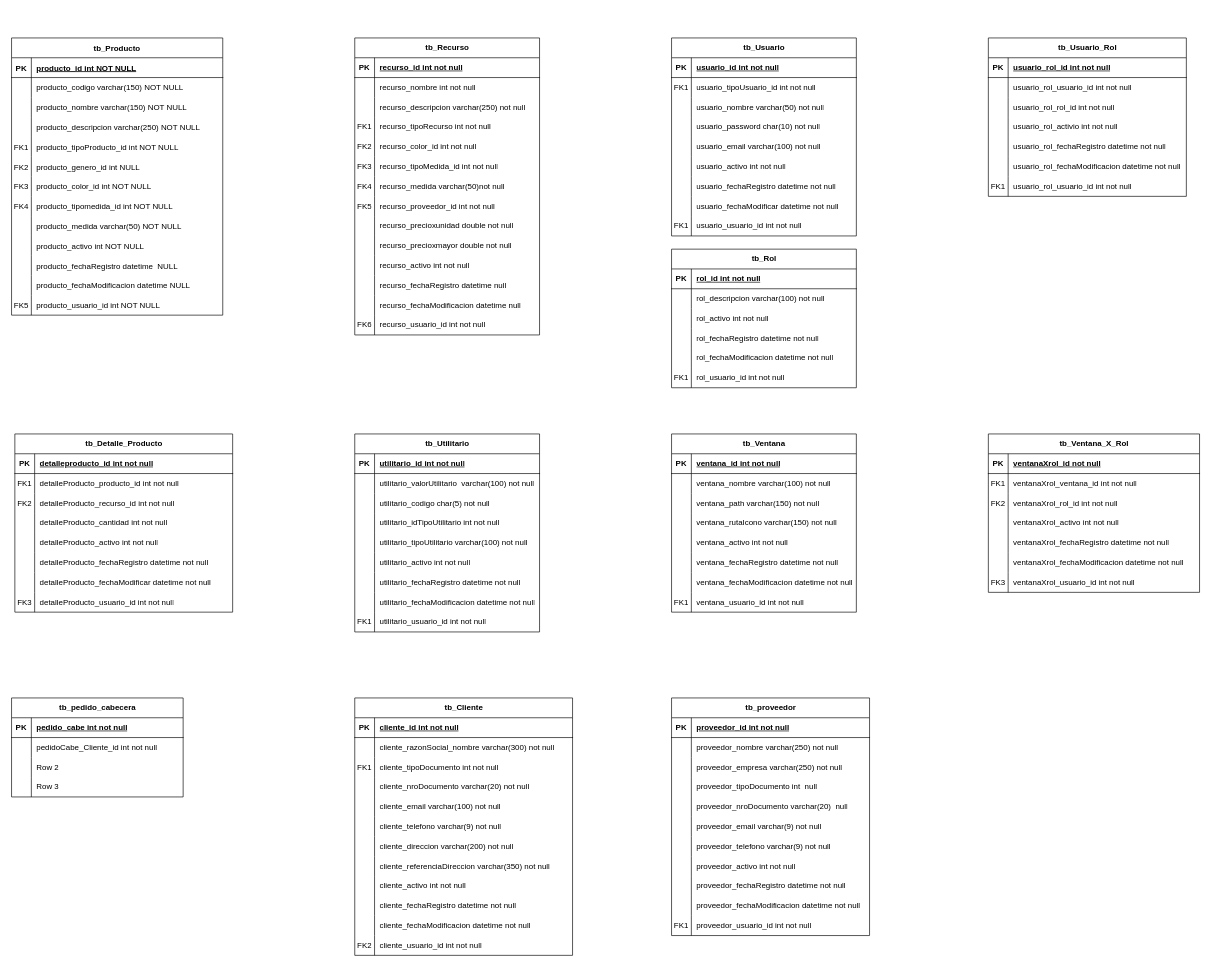
Before: BD/Diagrama_Entidad_Relacion_RAGOSISTVEN.drawio in robertrayco/sistemaVentasRaGo, a draw.io diagram. Source tidied: cells renumbered, new cells numbered last; positions are measured from the earlier drawing's top-left corner, leaving out a move shared by most shapes. Both pictures are drawn from the tidied source at 66%, with x=0, y=0 at pixel (11, 38).
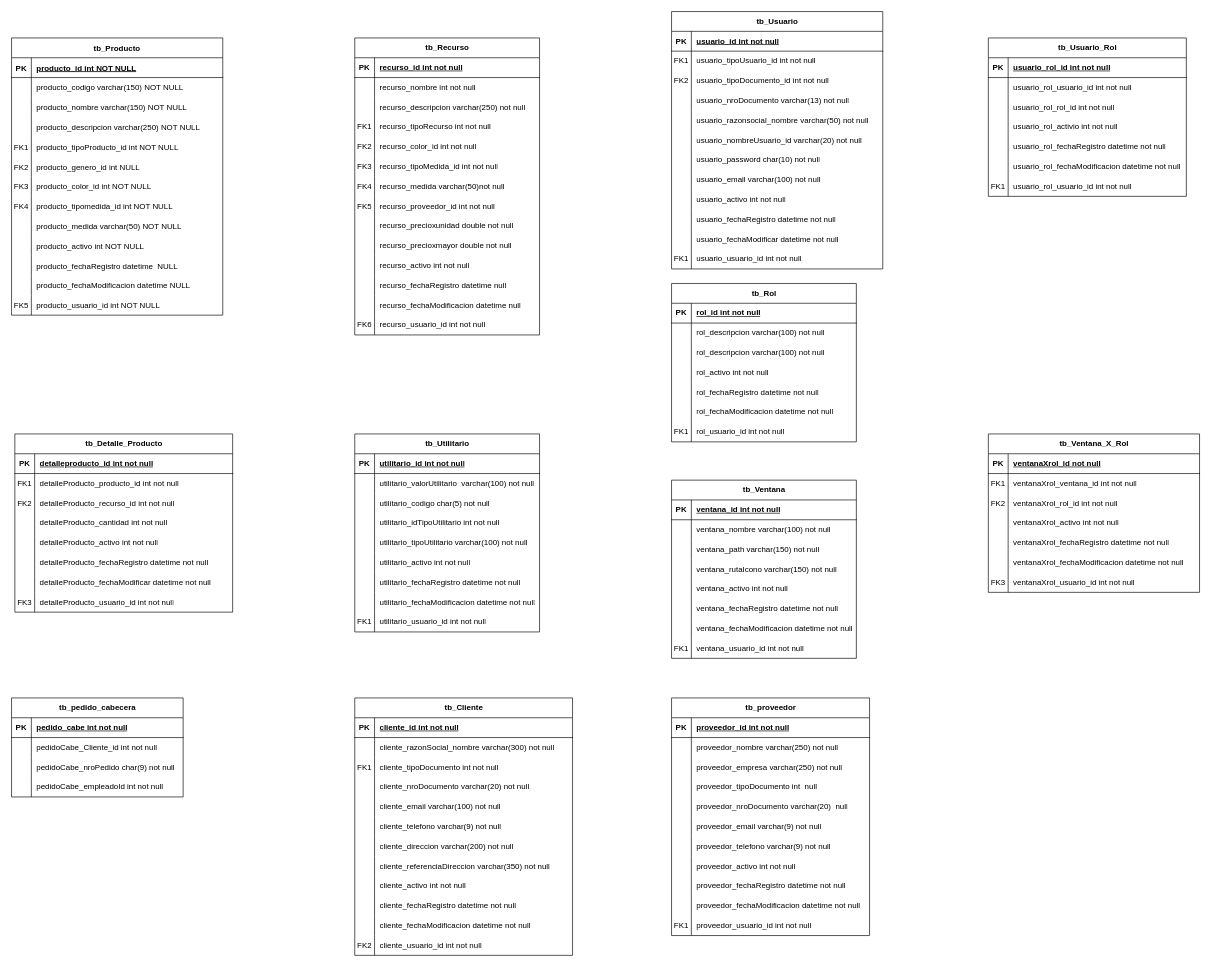
The same page after the edit.

The change refers to these unchanged cells:
```xml
<mxCell id="261" style="shape=tableRow;horizontal=0;startSize=0;swimlaneHead=0;swimlaneBody=0;fillColor=none;top=0;left=0;right=0;bottom=0;" parent="254" vertex="1">
  <mxGeometry y="90" width="260" height="30" as="geometry" />
</mxCell>
<mxCell id="264" style="shape=tableRow;horizontal=0;startSize=0;swimlaneHead=0;swimlaneBody=0;fillColor=none;top=0;left=0;right=0;bottom=0;" parent="254" vertex="1">
  <mxGeometry y="120" width="260" height="30" as="geometry" />
</mxCell>
```

What changed in the source:
```diff
@@
     <mxCell id="138" value="tb_Usuario" style="shape=table;startSize=30;childLayout=tableLayout;rowLines=0;fontStyle=1;align=center;html=1;" parent="1" vertex="1">
-      <mxGeometry x="1000" width="280" height="300" as="geometry" />
+      <mxGeometry x="1000" y="-40" width="320" height="390" as="geometry" />
     </mxCell>
     <mxCell id="139" style="shape=tableRow;horizontal=0;startSize=0;swimlaneHead=0;swimlaneBody=0;fillColor=none;top=0;left=0;right=0;bottom=1;" parent="138" vertex="1">
-      <mxGeometry y="30" width="280" height="30" as="geometry" />
+      <mxGeometry y="30" width="320" height="30" as="geometry" />
     </mxCell>
@@
     <mxCell id="141" value="usuario_id int not null" style="shape=partialRectangle;fillColor=none;top=0;left=0;bottom=0;right=0;align=left;spacingLeft=6;fontStyle=5;overflow=hidden;whiteSpace=wrap;html=1;" parent="139" vertex="1">
-      <mxGeometry x="30" width="250" height="30" as="geometry" />
+      <mxGeometry x="30" width="290" height="30" as="geometry" />
     </mxCell>
     <mxCell id="142" style="shape=tableRow;horizontal=0;startSize=0;swimlaneHead=0;swimlaneBody=0;fillColor=none;top=0;left=0;right=0;bottom=0;" parent="138" vertex="1">
-      <mxGeometry y="60" width="280" height="30" as="geometry" />
+      <mxGeometry y="60" width="320" height="30" as="geometry" />
     </mxCell>
@@
     <mxCell id="144" value="usuario_tipoUsuario_id int not null" style="shape=partialRectangle;fillColor=none;top=0;left=0;bottom=0;right=0;align=left;spacingLeft=6;overflow=hidden;whiteSpace=wrap;html=1;" parent="142" vertex="1">
-      <mxGeometry x="30" width="250" height="30" as="geometry" />
+      <mxGeometry x="30" width="290" height="30" as="geometry" />
     </mxCell>
+    <mxCell id="338" style="shape=tableRow;horizontal=0;startSize=0;swimlaneHead=0;swimlaneBody=0;fillColor=none;top=0;left=0;right=0;bottom=0;" parent="138" vertex="1">
+      <mxGeometry y="90" width="320" height="30" as="geometry" />
+    </mxCell>
+    <mxCell id="339" value="FK2" style="shape=partialRectangle;fillColor=none;top=0;left=0;bottom=0;right=0;overflow=hidden;whiteSpace=wrap;html=1;" parent="338" vertex="1">
+      <mxGeometry width="30" height="30" as="geometry" />
+    </mxCell>
+    <mxCell id="340" value="usuario_tipoDocumento_id int not null" style="shape=partialRectangle;fillColor=none;top=0;left=0;bottom=0;right=0;align=left;spacingLeft=6;overflow=hidden;whiteSpace=wrap;html=1;" parent="338" vertex="1">
+      <mxGeometry x="30" width="290" height="30" as="geometry" />
+    </mxCell>
+    <mxCell id="341" style="shape=tableRow;horizontal=0;startSize=0;swimlaneHead=0;swimlaneBody=0;fillColor=none;top=0;left=0;right=0;bottom=0;" parent="138" vertex="1">
+      <mxGeometry y="120" width="320" height="30" as="geometry" />
+    </mxCell>
+    <mxCell id="342" style="shape=partialRectangle;fillColor=none;top=0;left=0;bottom=0;right=0;overflow=hidden;whiteSpace=wrap;html=1;" parent="341" vertex="1">
+      <mxGeometry width="30" height="30" as="geometry" />
+    </mxCell>
+    <mxCell id="343" value="usuario_nroDocumento varchar(13) not null" style="shape=partialRectangle;fillColor=none;top=0;left=0;bottom=0;right=0;align=left;spacingLeft=6;overflow=hidden;whiteSpace=wrap;html=1;" parent="341" vertex="1">
+      <mxGeometry x="30" width="290" height="30" as="geometry" />
+    </mxCell>
     <mxCell id="145" style="shape=tableRow;horizontal=0;startSize=0;swimlaneHead=0;swimlaneBody=0;fillColor=none;top=0;left=0;right=0;bottom=0;" parent="138" vertex="1">
-      <mxGeometry y="90" width="280" height="30" as="geometry" />
+      <mxGeometry y="150" width="320" height="30" as="geometry" />
     </mxCell>
@@
-    <mxCell id="147" value="usuario_nombre varchar(50) not null" style="shape=partialRectangle;fillColor=none;top=0;left=0;bottom=0;right=0;align=left;spacingLeft=6;overflow=hidden;whiteSpace=wrap;html=1;" parent="145" vertex="1">
-      <mxGeometry x="30" width="250" height="30" as="geometry" />
+    <mxCell id="147" value="usuario_razonsocial_nombre varchar(50) not null" style="shape=partialRectangle;fillColor=none;top=0;left=0;bottom=0;right=0;align=left;spacingLeft=6;overflow=hidden;whiteSpace=wrap;html=1;" parent="145" vertex="1">
+      <mxGeometry x="30" width="290" height="30" as="geometry" />
     </mxCell>
+    <mxCell id="344" style="shape=tableRow;horizontal=0;startSize=0;swimlaneHead=0;swimlaneBody=0;fillColor=none;top=0;left=0;right=0;bottom=0;" parent="138" vertex="1">
+      <mxGeometry y="180" width="320" height="30" as="geometry" />
+    </mxCell>
+    <mxCell id="345" style="shape=partialRectangle;fillColor=none;top=0;left=0;bottom=0;right=0;overflow=hidden;whiteSpace=wrap;html=1;" parent="344" vertex="1">
+      <mxGeometry width="30" height="30" as="geometry" />
+    </mxCell>
+    <mxCell id="346" value="usuario_nombreUsuario_id varchar(20) not null" style="shape=partialRectangle;fillColor=none;top=0;left=0;bottom=0;right=0;align=left;spacingLeft=6;overflow=hidden;whiteSpace=wrap;html=1;" parent="344" vertex="1">
+      <mxGeometry x="30" width="290" height="30" as="geometry" />
+    </mxCell>
     <mxCell id="148" style="shape=tableRow;horizontal=0;startSize=0;swimlaneHead=0;swimlaneBody=0;fillColor=none;top=0;left=0;right=0;bottom=0;" parent="138" vertex="1">
-      <mxGeometry y="120" width="280" height="30" as="geometry" />
+      <mxGeometry y="210" width="320" height="30" as="geometry" />
     </mxCell>
@@
     <mxCell id="150" value="usuario_password char(10) not null" style="shape=partialRectangle;fillColor=none;top=0;left=0;bottom=0;right=0;align=left;spacingLeft=6;overflow=hidden;whiteSpace=wrap;html=1;" parent="148" vertex="1">
-      <mxGeometry x="30" width="250" height="30" as="geometry" />
+      <mxGeometry x="30" width="290" height="30" as="geometry" />
     </mxCell>
     <mxCell id="151" style="shape=tableRow;horizontal=0;startSize=0;swimlaneHead=0;swimlaneBody=0;fillColor=none;top=0;left=0;right=0;bottom=0;" parent="138" vertex="1">
-      <mxGeometry y="150" width="280" height="30" as="geometry" />
+      <mxGeometry y="240" width="320" height="30" as="geometry" />
     </mxCell>
@@
     <mxCell id="153" value="usuario_email varchar(100) not null" style="shape=partialRectangle;fillColor=none;top=0;left=0;bottom=0;right=0;align=left;spacingLeft=6;overflow=hidden;whiteSpace=wrap;html=1;" parent="151" vertex="1">
-      <mxGeometry x="30" width="250" height="30" as="geometry" />
+      <mxGeometry x="30" width="290" height="30" as="geometry" />
     </mxCell>
     <mxCell id="154" style="shape=tableRow;horizontal=0;startSize=0;swimlaneHead=0;swimlaneBody=0;fillColor=none;top=0;left=0;right=0;bottom=0;" parent="138" vertex="1">
-      <mxGeometry y="180" width="280" height="30" as="geometry" />
+      <mxGeometry y="270" width="320" height="30" as="geometry" />
     </mxCell>
@@
     <mxCell id="156" value="usuario_activo int not null" style="shape=partialRectangle;fillColor=none;top=0;left=0;bottom=0;right=0;align=left;spacingLeft=6;overflow=hidden;whiteSpace=wrap;html=1;" parent="154" vertex="1">
-      <mxGeometry x="30" width="250" height="30" as="geometry" />
+      <mxGeometry x="30" width="290" height="30" as="geometry" />
     </mxCell>
     <mxCell id="157" style="shape=tableRow;horizontal=0;startSize=0;swimlaneHead=0;swimlaneBody=0;fillColor=none;top=0;left=0;right=0;bottom=0;" parent="138" vertex="1">
-      <mxGeometry y="210" width="280" height="30" as="geometry" />
+      <mxGeometry y="300" width="320" height="30" as="geometry" />
     </mxCell>
@@
     <mxCell id="159" value="usuario_fechaRegistro datetime not null" style="shape=partialRectangle;fillColor=none;top=0;left=0;bottom=0;right=0;align=left;spacingLeft=6;overflow=hidden;whiteSpace=wrap;html=1;" parent="157" vertex="1">
-      <mxGeometry x="30" width="250" height="30" as="geometry" />
+      <mxGeometry x="30" width="290" height="30" as="geometry" />
     </mxCell>
     <mxCell id="160" style="shape=tableRow;horizontal=0;startSize=0;swimlaneHead=0;swimlaneBody=0;fillColor=none;top=0;left=0;right=0;bottom=0;" parent="138" vertex="1">
-      <mxGeometry y="240" width="280" height="30" as="geometry" />
+      <mxGeometry y="330" width="320" height="30" as="geometry" />
     </mxCell>
@@
     <mxCell id="162" value="usuario_fechaModificar datetime not null" style="shape=partialRectangle;fillColor=none;top=0;left=0;bottom=0;right=0;align=left;spacingLeft=6;overflow=hidden;whiteSpace=wrap;html=1;" parent="160" vertex="1">
-      <mxGeometry x="30" width="250" height="30" as="geometry" />
+      <mxGeometry x="30" width="290" height="30" as="geometry" />
     </mxCell>
     <mxCell id="163" style="shape=tableRow;horizontal=0;startSize=0;swimlaneHead=0;swimlaneBody=0;fillColor=none;top=0;left=0;right=0;bottom=0;" parent="138" vertex="1">
-      <mxGeometry y="270" width="280" height="30" as="geometry" />
+      <mxGeometry y="360" width="320" height="30" as="geometry" />
     </mxCell>
@@
     <mxCell id="165" value="usuario_usuario_id int not null" style="shape=partialRectangle;fillColor=none;top=0;left=0;bottom=0;right=0;align=left;spacingLeft=6;overflow=hidden;whiteSpace=wrap;html=1;" parent="163" vertex="1">
-      <mxGeometry x="30" width="250" height="30" as="geometry" />
+      <mxGeometry x="30" width="290" height="30" as="geometry" />
     </mxCell>
     <mxCell id="166" value="tb_Rol" style="shape=table;startSize=30;childLayout=tableLayout;rowLines=0;fontStyle=1;align=center;html=1;" parent="1" vertex="1">
-      <mxGeometry x="1000" y="320" width="280" height="210" as="geometry" />
+      <mxGeometry x="1000" y="372" width="280" height="240" as="geometry" />
     </mxCell>
@@
+    <mxCell id="347" style="shape=tableRow;horizontal=0;startSize=0;swimlaneHead=0;swimlaneBody=0;fillColor=none;top=0;left=0;right=0;bottom=0;" parent="166" vertex="1">
+      <mxGeometry y="90" width="280" height="30" as="geometry" />
+    </mxCell>
+    <mxCell id="348" style="shape=partialRectangle;fillColor=none;top=0;left=0;bottom=0;right=0;overflow=hidden;whiteSpace=wrap;html=1;" parent="347" vertex="1">
+      <mxGeometry width="30" height="30" as="geometry" />
+    </mxCell>
+    <mxCell id="349" value="rol_descripcion varchar(100) not null" style="shape=partialRectangle;fillColor=none;top=0;left=0;bottom=0;right=0;align=left;spacingLeft=6;overflow=hidden;whiteSpace=wrap;html=1;" parent="347" vertex="1">
+      <mxGeometry x="30" width="250" height="30" as="geometry" />
+    </mxCell>
     <mxCell id="173" style="shape=tableRow;horizontal=0;startSize=0;swimlaneHead=0;swimlaneBody=0;fillColor=none;top=0;left=0;right=0;bottom=0;" parent="166" vertex="1">
-      <mxGeometry y="90" width="280" height="30" as="geometry" />
+      <mxGeometry y="120" width="280" height="30" as="geometry" />
     </mxCell>
@@
     <mxCell id="176" style="shape=tableRow;horizontal=0;startSize=0;swimlaneHead=0;swimlaneBody=0;fillColor=none;top=0;left=0;right=0;bottom=0;" parent="166" vertex="1">
-      <mxGeometry y="120" width="280" height="30" as="geometry" />
+      <mxGeometry y="150" width="280" height="30" as="geometry" />
     </mxCell>
@@
     <mxCell id="179" style="shape=tableRow;horizontal=0;startSize=0;swimlaneHead=0;swimlaneBody=0;fillColor=none;top=0;left=0;right=0;bottom=0;" parent="166" vertex="1">
-      <mxGeometry y="150" width="280" height="30" as="geometry" />
+      <mxGeometry y="180" width="280" height="30" as="geometry" />
     </mxCell>
@@
     <mxCell id="182" style="shape=tableRow;horizontal=0;startSize=0;swimlaneHead=0;swimlaneBody=0;fillColor=none;top=0;left=0;right=0;bottom=0;" parent="166" vertex="1">
-      <mxGeometry y="180" width="280" height="30" as="geometry" />
+      <mxGeometry y="210" width="280" height="30" as="geometry" />
     </mxCell>
@@
     <mxCell id="207" value="tb_Ventana" style="shape=table;startSize=30;childLayout=tableLayout;rowLines=0;fontStyle=1;align=center;html=1;" parent="1" vertex="1">
-      <mxGeometry x="1000" y="600" width="280" height="270" as="geometry" />
+      <mxGeometry x="1000" y="670" width="280" height="270" as="geometry" />
     </mxCell>
@@
-    <mxCell id="263" value="Row 2" style="shape=partialRectangle;fillColor=none;top=0;left=0;bottom=0;right=0;align=left;spacingLeft=6;overflow=hidden;whiteSpace=wrap;html=1;" parent="261" vertex="1">
+    <mxCell id="263" value="pedidoCabe_nroPedido char(9) not null" style="shape=partialRectangle;fillColor=none;top=0;left=0;bottom=0;right=0;align=left;spacingLeft=6;overflow=hidden;whiteSpace=wrap;html=1;" parent="261" vertex="1">
       <mxGeometry x="30" width="230" height="30" as="geometry" />
     </mxCell>
@@
-    <mxCell id="266" value="Row 3" style="shape=partialRectangle;fillColor=none;top=0;left=0;bottom=0;right=0;align=left;spacingLeft=6;overflow=hidden;whiteSpace=wrap;html=1;" parent="264" vertex="1">
+    <mxCell id="266" value="pedidoCabe_empleadoId int not null" style="shape=partialRectangle;fillColor=none;top=0;left=0;bottom=0;right=0;align=left;spacingLeft=6;overflow=hidden;whiteSpace=wrap;html=1;" parent="264" vertex="1">
       <mxGeometry x="30" width="230" height="30" as="geometry" />
     </mxCell>
```
